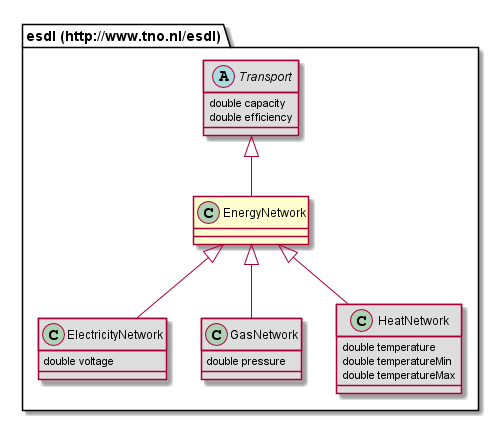
This is 687474703a2f2f7777772e746e6f2e6e6c2f6573646c/EnergyNetwork.png from EnergyTransition/energytransition.github.io, a PlantUML export, as it was before one commit.
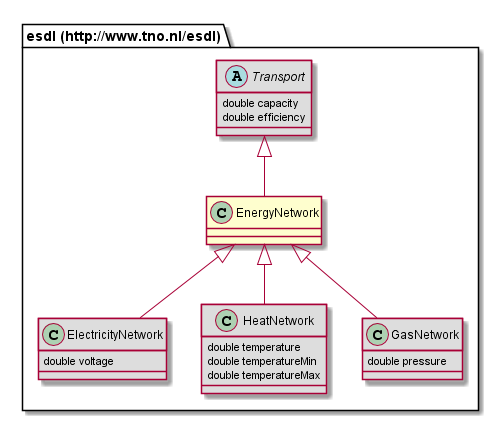
Above is the later version.

Diff of the diagram source:
```diff
@@ -4,20 +4,20 @@
 class "esdl (http://www.tno.nl/esdl).ElectricityNetwork" [[#router/doc-content/687474703a2f2f7777772e746e6f2e6e6c2f6573646c/ElectricityNetwork.html{Describes an complete Electricty network, without detailing the complete topology. }]] #DDDDDD {
 	double voltage
 }
-class "esdl (http://www.tno.nl/esdl).GasNetwork" [[#router/doc-content/687474703a2f2f7777772e746e6f2e6e6c2f6573646c/GasNetwork.html{Describes an complete gas network, without detailing the complete topology. }]] #DDDDDD {
-	double pressure
-}
 class "esdl (http://www.tno.nl/esdl).HeatNetwork" [[#router/doc-content/687474703a2f2f7777772e746e6f2e6e6c2f6573646c/HeatNetwork.html{Describes an complete heat network, without detailing the complete topology. }]] #DDDDDD {
 	double temperature
 	double temperatureMin
 	double temperatureMax
+}
+class "esdl (http://www.tno.nl/esdl).GasNetwork" [[#router/doc-content/687474703a2f2f7777772e746e6f2e6e6c2f6573646c/GasNetwork.html{Describes an complete gas network, without detailing the complete topology. }]] #DDDDDD {
+	double pressure
 }
 abstract class "esdl (http://www.tno.nl/esdl).Transport" [[#router/doc-content/687474703a2f2f7777772e746e6f2e6e6c2f6573646c/Transport.html{An abstract class that describes EnergyAssets that can transport energy. }]] #DDDDDD {
 	double capacity
 	double efficiency
 }
 "esdl (http://www.tno.nl/esdl).EnergyNetwork" <|-- "esdl (http://www.tno.nl/esdl).ElectricityNetwork"
+"esdl (http://www.tno.nl/esdl).EnergyNetwork" <|-- "esdl (http://www.tno.nl/esdl).HeatNetwork"
 "esdl (http://www.tno.nl/esdl).Transport" <|-- "esdl (http://www.tno.nl/esdl).EnergyNetwork"
 "esdl (http://www.tno.nl/esdl).EnergyNetwork" <|-- "esdl (http://www.tno.nl/esdl).GasNetwork"
-"esdl (http://www.tno.nl/esdl).EnergyNetwork" <|-- "esdl (http://www.tno.nl/esdl).HeatNetwork"
 @enduml
```
